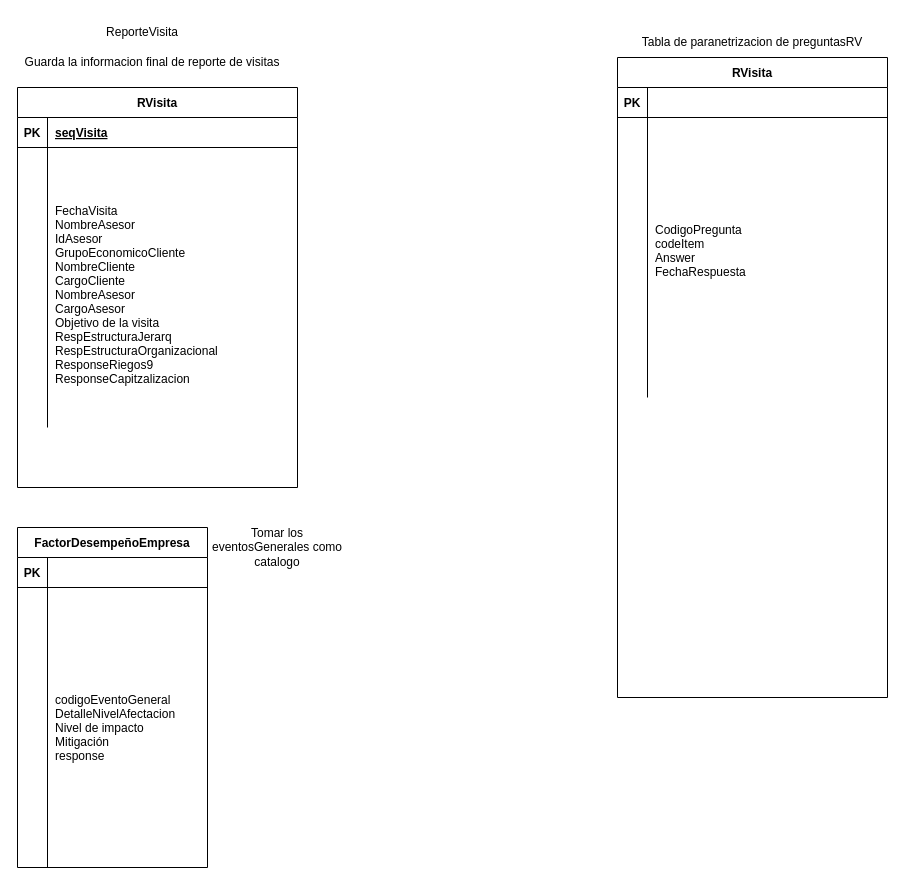
Before: ReporteVisitas.drawio in GonzaloDavid/diagramas, a draw.io diagram. Source tidied: cells renumbered, new cells numbered last; positions are measured from the earlier drawing's top-left corner, leaving out a move shared by most shapes. Both pictures are drawn from the tidied source at 100%, with x=0, y=0 at pixel (17, 17).
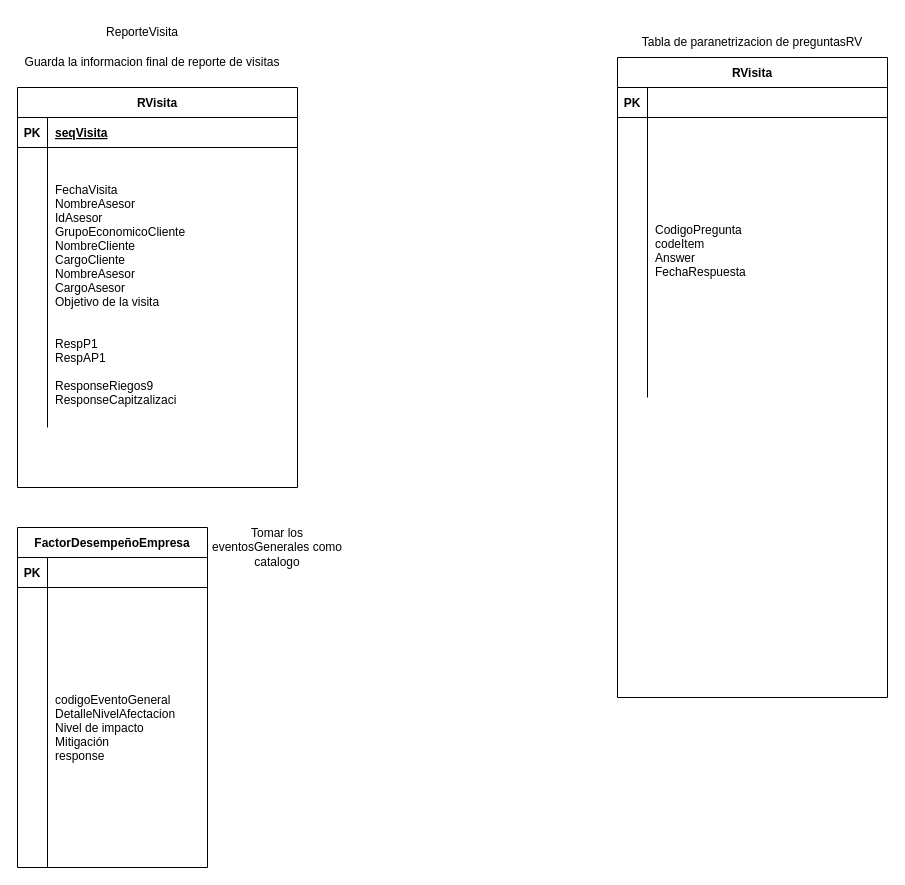
The same page after the edit.

The change refers to these unchanged cells:
```xml
<mxCell id="6" style="shape=partialRectangle;fillColor=none;top=0;left=0;right=0;bottom=0;" parent="2" vertex="1">
  <mxGeometry y="60" width="280" height="280" as="geometry" />
</mxCell>
```

The edit, as a diff of the source:
```diff
@@
-    <mxCell id="8" value="&#10;FechaVisita&#10;NombreAsesor&#10;IdAsesor&#10;GrupoEconomicoCliente&#10;NombreCliente&#10;CargoCliente&#10;NombreAsesor&#10;CargoAsesor&#10;Objetivo de la visita&#10;RespEstructuraJerarq&#10;RespEstructuraOrganizacional&#10;ResponseRiegos9&#10;ResponseCapitzalizacion" style="shape=partialRectangle;overflow=hidden;fillColor=none;top=0;left=0;bottom=0;right=0;align=left;spacingLeft=6;" parent="6" vertex="1">
+    <mxCell id="8" value="&#10;FechaVisita&#10;NombreAsesor&#10;IdAsesor&#10;GrupoEconomicoCliente&#10;NombreCliente&#10;CargoCliente&#10;NombreAsesor&#10;CargoAsesor&#10;Objetivo de la visita&#10;&#10;&#10;RespP1&#10;RespAP1&#10;&#10;ResponseRiegos9&#10;ResponseCapitzalizaci" style="shape=partialRectangle;overflow=hidden;fillColor=none;top=0;left=0;bottom=0;right=0;align=left;spacingLeft=6;" parent="6" vertex="1">
       <mxGeometry x="30" width="250" height="280" as="geometry" />
     </mxCell>
```
